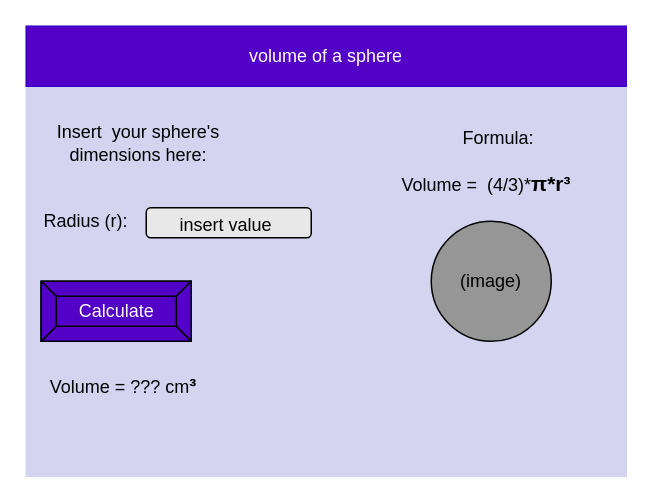
The draw.io diagram design/story-board.drawio in Liya-Getachew/ICS2O-Unit3-03-JS, before the edit. Source tidied: cells renumbered, new cells numbered last; positions are measured from the earlier drawing's top-left corner, leaving out a move shared by most shapes. Both pictures are drawn from the tidied source at 150%, with x=0, y=0 at pixel (26, 26).
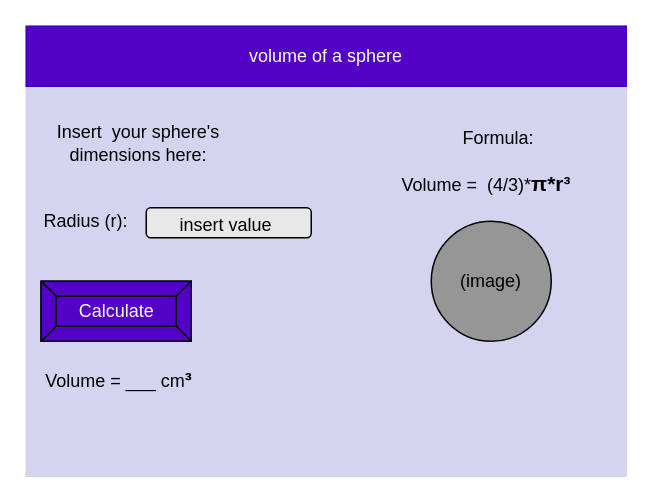
Above is the later version.

Commit message (it also covers changes not shown here):
chart and board png

The edit, as a diff of the source:
```diff
@@
 <mxGraphModel>
   <root>
     <mxCell id="0" />
     <mxCell id="1" parent="0" />
     <mxCell id="2" style="rounded=0;whiteSpace=wrap;html=1;strokeColor=#D4D3F0;fillColor=#D4D3F0;" parent="1" vertex="1">
       <mxGeometry width="400" height="300" as="geometry" />
     </mxCell>
     <mxCell id="3" value="volume of a sphere" style="rounded=0;whiteSpace=wrap;html=1;fillColor=#5300C7;fontColor=#ffffff;strokeColor=#3700CC;" parent="1" vertex="1">
       <mxGeometry width="400" height="40" as="geometry" />
     </mxCell>
     <mxCell id="4" value="Calculate" style="labelPosition=center;verticalLabelPosition=middle;align=center;html=1;shape=mxgraph.basic.button;dx=10;fillColor=#5300C7;strokeColor=#000000;fontColor=#FFFFFF;" parent="1" vertex="1">
       <mxGeometry x="10" y="170" width="100" height="40" as="geometry" />
     </mxCell>
     <mxCell id="5" value="Insert&amp;nbsp; your sphere's dimensions here:" style="text;html=1;strokeColor=none;fillColor=none;align=center;verticalAlign=middle;whiteSpace=wrap;rounded=0;fontColor=#000000;" parent="1" vertex="1">
       <mxGeometry y="63" width="150" height="30" as="geometry" />
     </mxCell>
     <mxCell id="6" value="Radius (r):" style="text;html=1;strokeColor=none;fillColor=none;align=center;verticalAlign=middle;whiteSpace=wrap;rounded=0;fontColor=#000000;" parent="1" vertex="1">
       <mxGeometry x="10" y="115" width="60" height="30" as="geometry" />
     </mxCell>
     <mxCell id="7" style="rounded=1;whiteSpace=wrap;html=1;fillColor=#E8E8E8;strokeColor=#000000;" parent="1" vertex="1">
       <mxGeometry x="80" y="121" width="110" height="20" as="geometry" />
     </mxCell>
     <mxCell id="8" value="insert value&amp;nbsp;" style="text;html=1;strokeColor=none;fillColor=none;align=center;verticalAlign=middle;whiteSpace=wrap;rounded=0;fontColor=#000000;" parent="1" vertex="1">
       <mxGeometry x="80" y="118" width="110" height="30" as="geometry" />
     </mxCell>
     <mxCell id="9" style="ellipse;whiteSpace=wrap;html=1;fillColor=#969696;fontColor=#000000;" parent="1" vertex="1">
       <mxGeometry x="270" y="130" width="80" height="80" as="geometry" />
     </mxCell>
     <mxCell id="10" value="(image)" style="text;html=1;strokeColor=none;fillColor=none;align=center;verticalAlign=middle;whiteSpace=wrap;rounded=0;fontColor=#000000;" parent="1" vertex="1">
       <mxGeometry x="280" y="155" width="60" height="30" as="geometry" />
     </mxCell>
     <mxCell id="11" value="Formula:" style="text;html=1;strokeColor=none;fillColor=none;align=center;verticalAlign=middle;whiteSpace=wrap;rounded=0;fontColor=#000000;" parent="1" vertex="1">
       <mxGeometry x="285" y="60" width="60" height="30" as="geometry" />
     </mxCell>
-    <mxCell id="12" value="Volume = ??? cm&lt;b style=&quot;font-family: arial, sans-serif; font-size: 14px; text-align: left;&quot;&gt;³&lt;/b&gt;" style="text;html=1;strokeColor=none;fillColor=none;align=center;verticalAlign=middle;whiteSpace=wrap;rounded=0;fontColor=#000000;" parent="1" vertex="1">
-      <mxGeometry x="10" y="225" width="110" height="30" as="geometry" />
+    <mxCell id="12" value="Volume = ___ cm&lt;b style=&quot;font-family: &amp;#34;arial&amp;#34; , sans-serif ; font-size: 14px ; text-align: left&quot;&gt;³&lt;/b&gt;" style="text;html=1;strokeColor=none;fillColor=none;align=center;verticalAlign=middle;whiteSpace=wrap;rounded=0;fontColor=#000000;" parent="1" vertex="1">
+      <mxGeometry x="7" y="221" width="110" height="30" as="geometry" />
     </mxCell>
     <mxCell id="13" value="Volume =&amp;nbsp; (4/3)*&lt;b style=&quot;font-family: arial, sans-serif; font-size: 14px; text-align: left;&quot;&gt;π*r&lt;/b&gt;&lt;b style=&quot;font-family: arial, sans-serif; font-size: 14px; text-align: left;&quot;&gt;³&lt;/b&gt;" style="text;html=1;strokeColor=none;fillColor=none;align=center;verticalAlign=middle;whiteSpace=wrap;rounded=0;fontColor=#000000;" parent="1" vertex="1">
       <mxGeometry x="232" y="90" width="150" height="30" as="geometry" />
     </mxCell>
   </root>
 </mxGraphModel>
```
